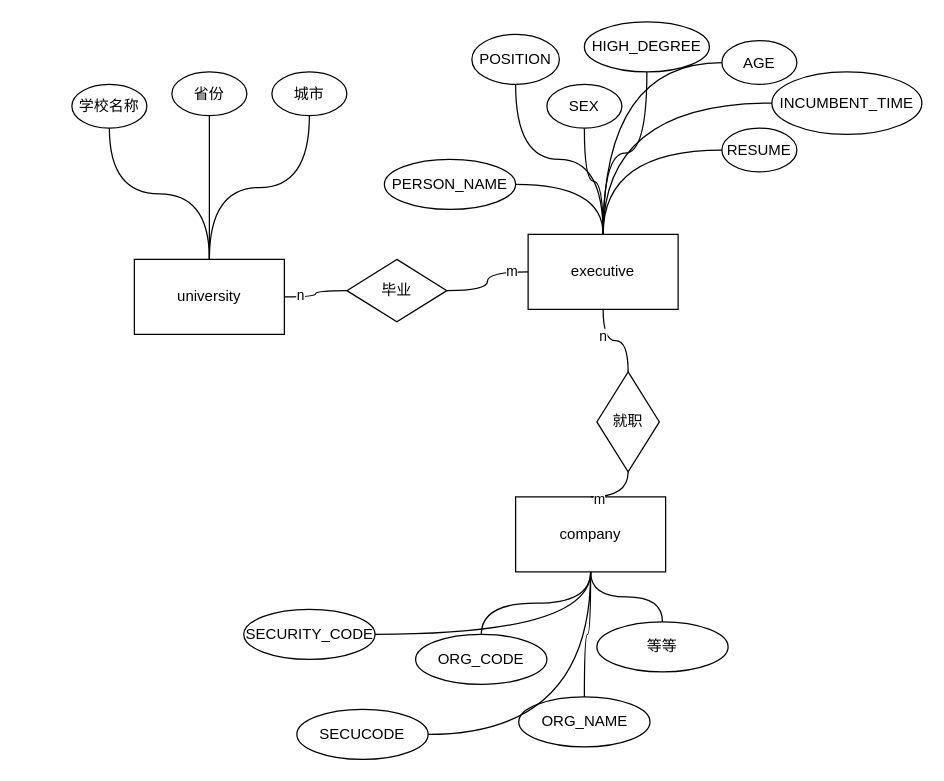
Above: alumnusDB.drawio in yayaer123/drawio_demo (draw.io), before the change. Source tidied: cells renumbered, new cells numbered last; positions are measured from the earlier drawing's top-left corner, leaving out a move shared by most shapes. Both pictures are drawn from the tidied source at 125%, with x=0, y=0 at pixel (71, 21).
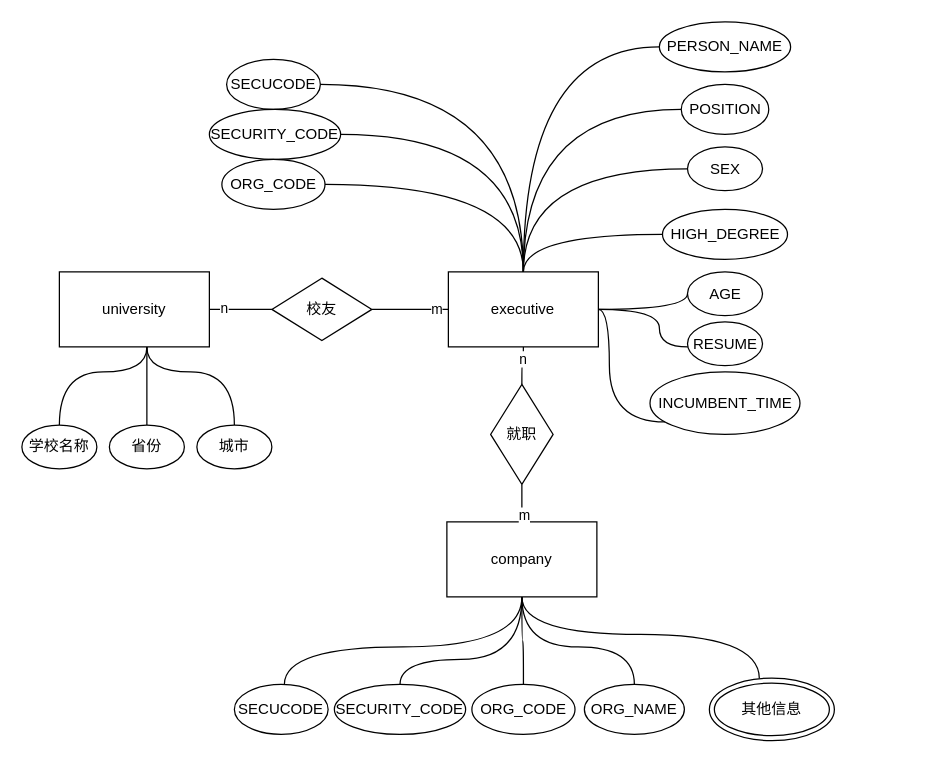
Above is the later version.

Diff of the diagram source:
```diff
@@
-    <mxCell id="4" style="edgeStyle=orthogonalEdgeStyle;rounded=0;jettySize=auto;html=1;curved=1;endArrow=none;endFill=0;" parent="1" edge="1" source="5" target="17">
-      <mxGeometry relative="1" as="geometry" />
+    <mxCell id="4" style="edgeStyle=orthogonalEdgeStyle;rounded=0;jettySize=auto;html=1;curved=1;endArrow=none;endFill=0;strokeColor=default;align=center;verticalAlign=middle;fontFamily=Helvetica;fontSize=11;fontColor=default;labelBackgroundColor=default;" parent="1" edge="1" source="5" target="17">
+      <mxGeometry relative="1" as="geometry">
+        <Array as="points">
+          <mxPoint x="60" y="280" />
+          <mxPoint x="-10" y="280" />
+        </Array>
+      </mxGeometry>
     </mxCell>
     <mxCell id="5" value="university" style="rounded=0;whiteSpace=wrap;html=1;" parent="1" vertex="1">
-      <mxGeometry x="50" y="190" width="120" height="60" as="geometry" />
+      <mxGeometry x="-10" y="200" width="120" height="60" as="geometry" />
     </mxCell>
@@
     <mxCell id="8" value="executive" style="rounded=0;whiteSpace=wrap;html=1;" parent="1" vertex="1">
-      <mxGeometry x="365" y="170" width="120" height="60" as="geometry" />
+      <mxGeometry x="301.2" y="200" width="120" height="60" as="geometry" />
     </mxCell>
-    <mxCell id="9" style="edgeStyle=orthogonalEdgeStyle;rounded=0;jettySize=auto;html=1;strokeColor=default;align=center;verticalAlign=middle;fontFamily=Helvetica;fontSize=11;fontColor=default;labelBackgroundColor=default;endArrow=none;endFill=0;curved=1;" parent="1" edge="1" source="10" target="44">
-      <mxGeometry relative="1" as="geometry" />
+    <mxCell id="9" style="edgeStyle=orthogonalEdgeStyle;rounded=0;jettySize=auto;html=1;strokeColor=default;align=center;verticalAlign=middle;fontFamily=Helvetica;fontSize=11;fontColor=default;labelBackgroundColor=default;endArrow=none;endFill=0;curved=1;" parent="1" edge="1" source="10" target="45">
+      <mxGeometry relative="1" as="geometry">
+        <Array as="points">
+          <mxPoint x="360" y="490" />
+          <mxPoint x="550" y="490" />
+        </Array>
+      </mxGeometry>
     </mxCell>
     <mxCell id="10" value="company" style="rounded=0;whiteSpace=wrap;html=1;" parent="1" vertex="1">
-      <mxGeometry x="355" y="380" width="120" height="60" as="geometry" />
+      <mxGeometry x="300" y="400" width="120" height="60" as="geometry" />
     </mxCell>
-    <mxCell id="11" value="毕业" style="rhombus;whiteSpace=wrap;html=1;" parent="1" vertex="1">
-      <mxGeometry x="220" y="190" width="80" height="50" as="geometry" />
+    <mxCell id="11" value="校友" style="rhombus;whiteSpace=wrap;html=1;" parent="1" vertex="1">
+      <mxGeometry x="160" y="205" width="80" height="50" as="geometry" />
     </mxCell>
@@
     <mxCell id="16" value="就职" style="rhombus;whiteSpace=wrap;html=1;" parent="1" vertex="1">
-      <mxGeometry x="420" y="280" width="50" height="80" as="geometry" />
+      <mxGeometry x="335" y="290" width="50" height="80" as="geometry" />
     </mxCell>
     <mxCell id="17" value="学校名称" style="ellipse;whiteSpace=wrap;html=1;rounded=0;" parent="1" vertex="1">
-      <mxGeometry y="50" width="60" height="35" as="geometry" />
+      <mxGeometry x="-40" y="322.5" width="60" height="35" as="geometry" />
     </mxCell>
-    <mxCell id="18" style="edgeStyle=orthogonalEdgeStyle;rounded=0;jettySize=auto;html=1;entryX=0.5;entryY=0;entryDx=0;entryDy=0;strokeColor=default;align=center;verticalAlign=middle;fontFamily=Helvetica;fontSize=11;fontColor=default;labelBackgroundColor=default;endArrow=none;endFill=0;curved=1;" parent="1" edge="1" source="19" target="5">
-      <mxGeometry relative="1" as="geometry" />
+    <mxCell id="18" style="edgeStyle=orthogonalEdgeStyle;rounded=0;jettySize=auto;html=1;strokeColor=default;align=center;verticalAlign=middle;fontFamily=Helvetica;fontSize=11;fontColor=default;labelBackgroundColor=default;endArrow=none;endFill=0;curved=1;" parent="1" edge="1" source="19" target="5">
+      <mxGeometry relative="1" as="geometry">
+        <Array as="points">
+          <mxPoint x="60" y="270" />
+          <mxPoint x="60" y="270" />
+        </Array>
+      </mxGeometry>
     </mxCell>
     <mxCell id="19" value="省份" style="ellipse;whiteSpace=wrap;html=1;rounded=0;" parent="1" vertex="1">
-      <mxGeometry x="80" y="40" width="60" height="35" as="geometry" />
+      <mxGeometry x="30" y="322.5" width="60" height="35" as="geometry" />
     </mxCell>
     <mxCell id="20" style="edgeStyle=orthogonalEdgeStyle;rounded=0;jettySize=auto;html=1;strokeColor=default;align=center;verticalAlign=middle;fontFamily=Helvetica;fontSize=11;fontColor=default;labelBackgroundColor=default;endArrow=none;endFill=0;curved=1;" parent="1" edge="1" source="21" target="5">
-      <mxGeometry relative="1" as="geometry" />
+      <mxGeometry relative="1" as="geometry">
+        <Array as="points">
+          <mxPoint x="130" y="280" />
+          <mxPoint x="60" y="280" />
+        </Array>
+      </mxGeometry>
     </mxCell>
     <mxCell id="21" value="城市" style="ellipse;whiteSpace=wrap;html=1;rounded=0;" parent="1" vertex="1">
-      <mxGeometry x="160" y="40" width="60" height="35" as="geometry" />
+      <mxGeometry x="100" y="322.5" width="60" height="35" as="geometry" />
     </mxCell>
@@
     <mxCell id="23" value="PERSON_NAME" style="ellipse;whiteSpace=wrap;rounded=0;html=1;" parent="1" vertex="1">
-      <mxGeometry x="250" y="110" width="105" height="40" as="geometry" />
+      <mxGeometry x="470" width="105" height="40" as="geometry" />
     </mxCell>
@@
     <mxCell id="25" value="POSITION" style="ellipse;whiteSpace=wrap;rounded=0;html=1;" parent="1" vertex="1">
-      <mxGeometry x="320" y="10" width="70" height="40" as="geometry" />
+      <mxGeometry x="487.5" y="50" width="70" height="40" as="geometry" />
     </mxCell>
@@
     <mxCell id="27" value="SEX" style="ellipse;whiteSpace=wrap;rounded=0;html=1;" parent="1" vertex="1">
-      <mxGeometry x="380" y="50" width="60" height="35" as="geometry" />
+      <mxGeometry x="492.5" y="100" width="60" height="35" as="geometry" />
     </mxCell>
@@
     <mxCell id="29" value="HIGH_DEGREE" style="ellipse;whiteSpace=wrap;rounded=0;html=1;" parent="1" vertex="1">
-      <mxGeometry x="410" width="100" height="40" as="geometry" />
+      <mxGeometry x="472.5" y="150" width="100" height="40" as="geometry" />
     </mxCell>
-    <mxCell id="30" style="edgeStyle=orthogonalEdgeStyle;rounded=0;jettySize=auto;html=1;strokeColor=default;align=center;verticalAlign=middle;fontFamily=Helvetica;fontSize=11;fontColor=default;labelBackgroundColor=default;endArrow=none;endFill=0;curved=1;" parent="1" edge="1" source="31" target="8">
-      <mxGeometry relative="1" as="geometry" />
-    </mxCell>
     <mxCell id="31" value="AGE" style="ellipse;whiteSpace=wrap;rounded=0;html=1;" parent="1" vertex="1">
-      <mxGeometry x="520" y="15" width="60" height="35" as="geometry" />
+      <mxGeometry x="492.5" y="200" width="60" height="35" as="geometry" />
     </mxCell>
     <mxCell id="32" style="edgeStyle=orthogonalEdgeStyle;rounded=0;jettySize=auto;html=1;strokeColor=default;align=center;verticalAlign=middle;fontFamily=Helvetica;fontSize=11;fontColor=default;labelBackgroundColor=default;endArrow=none;endFill=0;curved=1;" parent="1" edge="1" source="33" target="8">
-      <mxGeometry relative="1" as="geometry" />
+      <mxGeometry relative="1" as="geometry">
+        <Array as="points">
+          <mxPoint x="470" y="260" />
+          <mxPoint x="470" y="230" />
+        </Array>
+      </mxGeometry>
     </mxCell>
     <mxCell id="33" value="RESUME" style="ellipse;whiteSpace=wrap;rounded=0;html=1;" parent="1" vertex="1">
-      <mxGeometry x="520" y="85" width="60" height="35" as="geometry" />
+      <mxGeometry x="492.5" y="240" width="60" height="35" as="geometry" />
     </mxCell>
     <mxCell id="34" style="edgeStyle=orthogonalEdgeStyle;rounded=0;jettySize=auto;html=1;strokeColor=default;align=center;verticalAlign=middle;fontFamily=Helvetica;fontSize=11;fontColor=default;labelBackgroundColor=default;endArrow=none;endFill=0;curved=1;" parent="1" edge="1" source="35" target="8">
-      <mxGeometry relative="1" as="geometry" />
+      <mxGeometry relative="1" as="geometry">
+        <Array as="points">
+          <mxPoint x="430" y="320" />
+          <mxPoint x="430" y="230" />
+        </Array>
+      </mxGeometry>
     </mxCell>
-    <mxCell id="35" value="INCUMBENT_TIME" style="ellipse;whiteSpace=wrap;rounded=0;html=1;" parent="1" vertex="1">
-      <mxGeometry x="560" y="40" width="120" height="50" as="geometry" />
-    </mxCell>
     <mxCell id="36" style="edgeStyle=orthogonalEdgeStyle;rounded=0;jettySize=auto;html=1;strokeColor=default;align=center;verticalAlign=middle;fontFamily=Helvetica;fontSize=11;fontColor=default;labelBackgroundColor=default;endArrow=none;endFill=0;curved=1;" parent="1" edge="1" source="37" target="10">
-      <mxGeometry relative="1" as="geometry" />
+      <mxGeometry relative="1" as="geometry">
+        <Array as="points">
+          <mxPoint x="263" y="510" />
+          <mxPoint x="360" y="510" />
+        </Array>
+      </mxGeometry>
     </mxCell>
-    <mxCell id="37" value="&lt;p class=&quot;MsoNormal&quot;&gt;&lt;span style=&quot;mso-spacerun:'yes';font-family:宋体;mso-bidi-font-family:'Times New Roman';&lt;br/&gt;font-size:12.0000pt;mso-font-kerning:1.0000pt;&quot;&gt;SECURITY_CODE&lt;/span&gt;&lt;/p&gt;" style="ellipse;whiteSpace=wrap;rounded=0;html=1;" parent="1" vertex="1">
-      <mxGeometry x="137.5" y="470" width="105" height="40" as="geometry" />
+    <mxCell id="37" value="&lt;p class=&quot;MsoNormal&quot;&gt;&lt;span style=&quot;mso-spacerun:'yes';font-family:宋体;mso-bidi-font-family:'Times New Roman';&lt;br/&gt;font-size:12.0000pt;mso-font-kerning:1.0000pt;&quot;&gt;SECURITY_CODE&lt;/span&gt;&lt;/p&gt;" style="ellipse;whiteSpace=wrap;rounded=0;html=1;strokeColor=default;align=center;verticalAlign=middle;fontFamily=Helvetica;fontSize=12;fontColor=default;fillColor=default;" parent="1" vertex="1">
+      <mxGeometry x="210" y="530" width="105" height="40" as="geometry" />
     </mxCell>
@@
     <mxCell id="39" value="&lt;p class=&quot;MsoNormal&quot;&gt;&lt;span style=&quot;mso-spacerun:'yes';font-family:宋体;mso-bidi-font-family:'Times New Roman';&lt;br/&gt;font-size:12.0000pt;mso-font-kerning:1.0000pt;&quot;&gt;ORG_CODE&lt;/span&gt;&lt;/p&gt;" style="ellipse;whiteSpace=wrap;rounded=0;html=1;" parent="1" vertex="1">
-      <mxGeometry x="275" y="490" width="105" height="40" as="geometry" />
+      <mxGeometry x="320" y="530" width="82.5" height="40" as="geometry" />
     </mxCell>
     <mxCell id="40" style="edgeStyle=orthogonalEdgeStyle;rounded=0;jettySize=auto;html=1;strokeColor=default;align=center;verticalAlign=middle;fontFamily=Helvetica;fontSize=11;fontColor=default;labelBackgroundColor=default;endArrow=none;endFill=0;curved=1;" parent="1" edge="1" source="41" target="10">
-      <mxGeometry relative="1" as="geometry" />
+      <mxGeometry relative="1" as="geometry">
+        <Array as="points">
+          <mxPoint x="450" y="500" />
+          <mxPoint x="360" y="500" />
+        </Array>
+      </mxGeometry>
     </mxCell>
     <mxCell id="41" value="&lt;p class=&quot;MsoNormal&quot;&gt;&lt;span style=&quot;mso-spacerun:'yes';font-family:宋体;mso-bidi-font-family:'Times New Roman';&lt;br/&gt;font-size:12.0000pt;mso-font-kerning:1.0000pt;&quot;&gt;ORG_NAME&lt;/span&gt;&lt;/p&gt;" style="ellipse;whiteSpace=wrap;rounded=0;html=1;" parent="1" vertex="1">
-      <mxGeometry x="357.5" y="540" width="105" height="40" as="geometry" />
+      <mxGeometry x="410" y="530" width="80" height="40" as="geometry" />
     </mxCell>
-    <mxCell id="42" style="edgeStyle=orthogonalEdgeStyle;rounded=0;jettySize=auto;html=1;strokeColor=default;align=center;verticalAlign=middle;fontFamily=Helvetica;fontSize=11;fontColor=default;labelBackgroundColor=default;endArrow=none;endFill=0;curved=1;" parent="1" edge="1" source="43" target="10">
-      <mxGeometry relative="1" as="geometry" />
+    <mxCell id="42" style="rounded=0;jettySize=auto;html=1;strokeColor=default;align=center;verticalAlign=middle;fontFamily=Helvetica;fontSize=11;fontColor=default;labelBackgroundColor=default;endArrow=none;endFill=0;edgeStyle=orthogonalEdgeStyle;curved=1;" parent="1" edge="1" source="43" target="10">
+      <mxGeometry relative="1" as="geometry">
+        <Array as="points">
+          <mxPoint x="170" y="500" />
+          <mxPoint x="360" y="500" />
+        </Array>
+      </mxGeometry>
     </mxCell>
     <mxCell id="43" value="&lt;p class=&quot;MsoNormal&quot;&gt;&lt;span style=&quot;mso-spacerun:'yes';font-family:宋体;mso-bidi-font-family:'Times New Roman';&lt;br/&gt;font-size:12.0000pt;mso-font-kerning:1.0000pt;&quot;&gt;SECUCODE&lt;/span&gt;&lt;/p&gt;" style="ellipse;whiteSpace=wrap;rounded=0;html=1;" parent="1" vertex="1">
-      <mxGeometry x="180" y="550" width="105" height="40" as="geometry" />
+      <mxGeometry x="130" y="530" width="75" height="40" as="geometry" />
     </mxCell>
-    <mxCell id="44" value="&lt;p class=&quot;MsoNormal&quot;&gt;&lt;span style=&quot;mso-spacerun:'yes';font-family:宋体;mso-bidi-font-family:'Times New Roman';&lt;br/&gt;font-size:12.0000pt;mso-font-kerning:1.0000pt;&quot;&gt;等等&lt;/span&gt;&lt;/p&gt;" style="ellipse;whiteSpace=wrap;rounded=0;html=1;" parent="1" vertex="1">
-      <mxGeometry x="420" y="480" width="105" height="40" as="geometry" />
-    </mxCell>
+    <mxCell id="45" value="其他信息" style="ellipse;shape=doubleEllipse;whiteSpace=wrap;html=1;" parent="1" vertex="1">
+      <mxGeometry x="510" y="525" width="100" height="50" as="geometry" />
+    </mxCell>
+    <mxCell id="46" style="edgeStyle=orthogonalEdgeStyle;rounded=0;jettySize=auto;html=1;strokeColor=default;align=center;verticalAlign=middle;fontFamily=Helvetica;fontSize=11;fontColor=default;labelBackgroundColor=default;endArrow=none;endFill=0;curved=1;" parent="1" edge="1" source="47" target="8">
+      <mxGeometry relative="1" as="geometry" />
+    </mxCell>
+    <mxCell id="47" value="&lt;p class=&quot;MsoNormal&quot;&gt;&lt;span style=&quot;mso-spacerun:'yes';font-family:宋体;mso-bidi-font-family:'Times New Roman';&lt;br/&gt;font-size:12.0000pt;mso-font-kerning:1.0000pt;&quot;&gt;SECUCODE&lt;/span&gt;&lt;/p&gt;" style="ellipse;whiteSpace=wrap;rounded=0;html=1;" parent="1" vertex="1">
+      <mxGeometry x="123.8" y="30" width="75" height="40" as="geometry" />
+    </mxCell>
+    <mxCell id="48" style="edgeStyle=orthogonalEdgeStyle;rounded=0;jettySize=auto;html=1;strokeColor=default;align=center;verticalAlign=middle;fontFamily=Helvetica;fontSize=11;fontColor=default;labelBackgroundColor=default;endArrow=none;endFill=0;curved=1;" parent="1" edge="1" source="49" target="8">
+      <mxGeometry relative="1" as="geometry" />
+    </mxCell>
+    <mxCell id="49" value="&lt;p class=&quot;MsoNormal&quot;&gt;&lt;span style=&quot;mso-spacerun:'yes';font-family:宋体;mso-bidi-font-family:'Times New Roman';&lt;br/&gt;font-size:12.0000pt;mso-font-kerning:1.0000pt;&quot;&gt;SECURITY_CODE&lt;/span&gt;&lt;/p&gt;" style="ellipse;whiteSpace=wrap;rounded=0;html=1;strokeColor=default;align=center;verticalAlign=middle;fontFamily=Helvetica;fontSize=12;fontColor=default;fillColor=default;" parent="1" vertex="1">
+      <mxGeometry x="110" y="70" width="105" height="40" as="geometry" />
+    </mxCell>
+    <mxCell id="50" style="edgeStyle=orthogonalEdgeStyle;rounded=0;jettySize=auto;html=1;strokeColor=default;align=center;verticalAlign=middle;fontFamily=Helvetica;fontSize=11;fontColor=default;labelBackgroundColor=default;endArrow=none;endFill=0;curved=1;" parent="1" edge="1" source="51" target="8">
+      <mxGeometry relative="1" as="geometry" />
+    </mxCell>
+    <mxCell id="51" value="&lt;p class=&quot;MsoNormal&quot;&gt;&lt;span style=&quot;mso-spacerun:'yes';font-family:宋体;mso-bidi-font-family:'Times New Roman';&lt;br/&gt;font-size:12.0000pt;mso-font-kerning:1.0000pt;&quot;&gt;ORG_CODE&lt;/span&gt;&lt;/p&gt;" style="ellipse;whiteSpace=wrap;rounded=0;html=1;" parent="1" vertex="1">
+      <mxGeometry x="120" y="110" width="82.5" height="40" as="geometry" />
+    </mxCell>
+    <mxCell id="30" style="edgeStyle=orthogonalEdgeStyle;rounded=0;jettySize=auto;html=1;strokeColor=default;align=center;verticalAlign=middle;fontFamily=Helvetica;fontSize=11;fontColor=default;labelBackgroundColor=default;endArrow=none;endFill=0;curved=1;exitX=0;exitY=0.5;exitDx=0;exitDy=0;" parent="1" edge="1" source="31" target="8">
+      <mxGeometry relative="1" as="geometry">
+        <Array as="points">
+          <mxPoint x="493" y="230" />
+        </Array>
+      </mxGeometry>
+    </mxCell>
+    <mxCell id="35" value="INCUMBENT_TIME" style="ellipse;whiteSpace=wrap;rounded=0;html=1;" parent="1" vertex="1">
+      <mxGeometry x="462.5" y="280" width="120" height="50" as="geometry" />
+    </mxCell>
```
